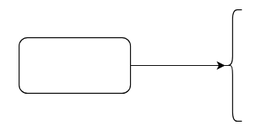
Before: _posts/engineering/工程化概述.svg, a diagram exported from draw.io (thought7878/thought7878.github.io). Source tidied: cells renumbered, new cells last; positions are measured from the earlier drawing's top-left corner, leaving out a move shared by most shapes.
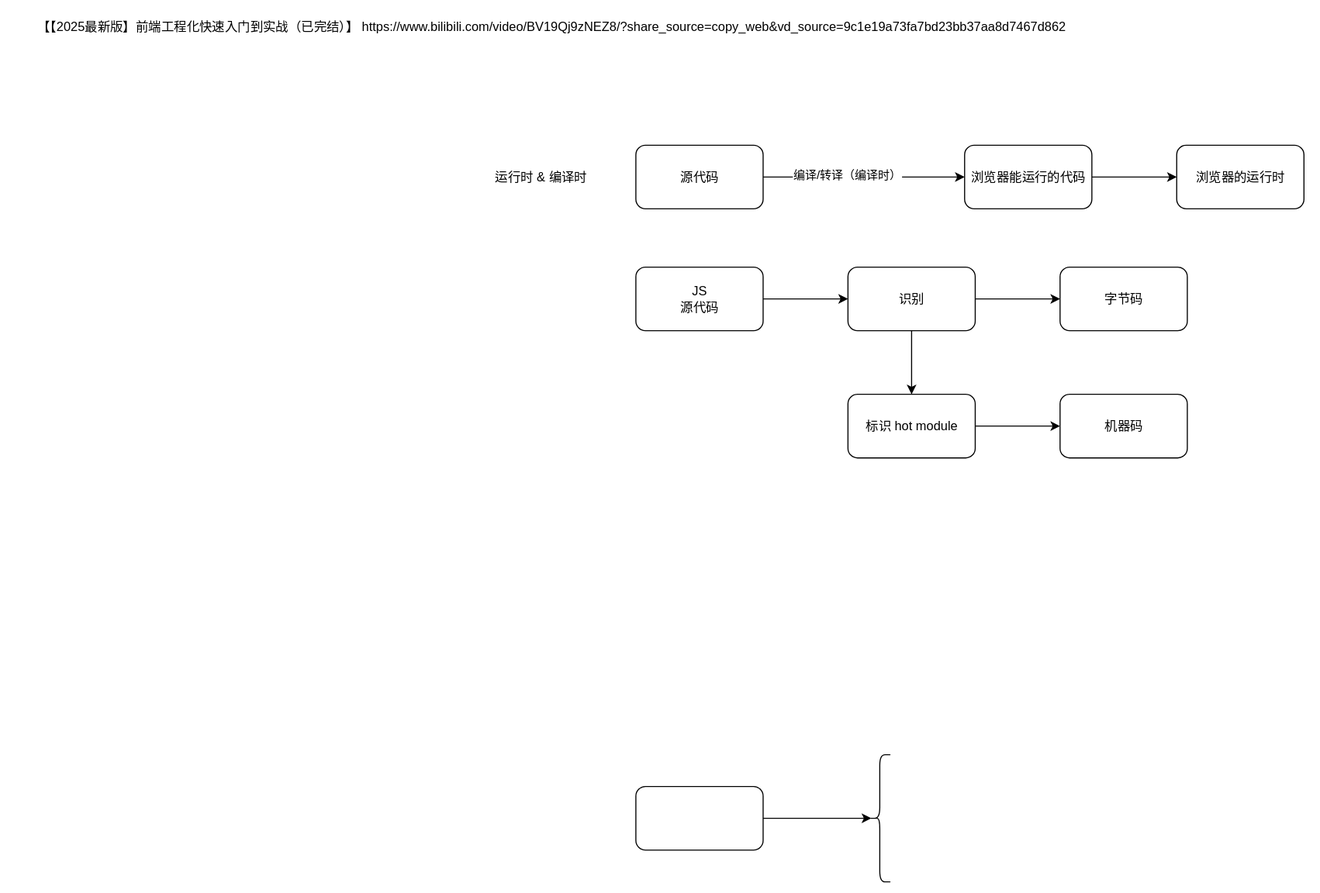
After the commit.

The edit, as a diff of the source:
```diff
@@ -11,5 +11,56 @@
     <mxCell id="4" style="edgeStyle=none;html=1;entryX=0.1;entryY=0.5;entryDx=0;entryDy=0;entryPerimeter=0;" parent="1" edge="1" source="2" target="3">
       <mxGeometry relative="1" as="geometry" />
     </mxCell>
+    <mxCell id="5" value="运行时 &amp;amp; 编译时" style="text;html=1;align=center;verticalAlign=middle;strokeColor=none;fillColor=none;" parent="1" vertex="1">
+      <mxGeometry x="-145" y="-560" width="110" height="30" as="geometry" />
+    </mxCell>
+    <mxCell id="6" style="edgeStyle=none;html=1;" parent="1" edge="1" source="8" target="10">
+      <mxGeometry relative="1" as="geometry" />
+    </mxCell>
+    <mxCell id="7" value="编译/转译（编译时）" style="edgeLabel;html=1;align=center;verticalAlign=middle;" parent="6" vertex="1">
+      <mxGeometry x="-0.18" y="2" relative="1" as="geometry" />
+    </mxCell>
+    <mxCell id="8" value="源代码" style="rounded=1;whiteSpace=wrap;html=1;" parent="1" vertex="1">
+      <mxGeometry y="-575" width="120" height="60" as="geometry" />
+    </mxCell>
+    <mxCell id="9" style="edgeStyle=none;html=1;" parent="1" edge="1" source="10" target="11">
+      <mxGeometry relative="1" as="geometry" />
+    </mxCell>
+    <mxCell id="10" value="浏览器能运行的代码" style="rounded=1;whiteSpace=wrap;html=1;" parent="1" vertex="1">
+      <mxGeometry x="310" y="-575" width="120" height="60" as="geometry" />
+    </mxCell>
+    <mxCell id="11" value="浏览器的运行时" style="rounded=1;whiteSpace=wrap;html=1;" parent="1" vertex="1">
+      <mxGeometry x="510" y="-575" width="120" height="60" as="geometry" />
+    </mxCell>
+    <mxCell id="12" value="【【2025最新版】前端工程化快速入门到实战（已完结）】 https://www.bilibili.com/video/BV19Qj9zNEZ8/?share_source=copy_web&amp;amp;vd_source=9c1e19a73fa7bd23bb37aa8d7467d862" style="text;html=1;align=center;verticalAlign=middle;strokeColor=none;fillColor=none;" parent="1" vertex="1">
+      <mxGeometry x="-585" y="-702" width="1010" height="30" as="geometry" />
+    </mxCell>
+    <mxCell id="13" style="edgeStyle=none;html=1;" parent="1" edge="1" source="14" target="17">
+      <mxGeometry relative="1" as="geometry" />
+    </mxCell>
+    <mxCell id="14" value="JS&lt;br&gt;源代码" style="rounded=1;whiteSpace=wrap;html=1;" parent="1" vertex="1">
+      <mxGeometry y="-460" width="120" height="60" as="geometry" />
+    </mxCell>
+    <mxCell id="15" style="edgeStyle=none;html=1;" parent="1" edge="1" source="17" target="18">
+      <mxGeometry relative="1" as="geometry" />
+    </mxCell>
+    <mxCell id="16" style="edgeStyle=none;html=1;" parent="1" edge="1" source="17" target="20">
+      <mxGeometry relative="1" as="geometry" />
+    </mxCell>
+    <mxCell id="17" value="识别" style="rounded=1;whiteSpace=wrap;html=1;" parent="1" vertex="1">
+      <mxGeometry x="200" y="-460" width="120" height="60" as="geometry" />
+    </mxCell>
+    <mxCell id="18" value="字节码" style="whiteSpace=wrap;html=1;rounded=1;" parent="1" vertex="1">
+      <mxGeometry x="400" y="-460" width="120" height="60" as="geometry" />
+    </mxCell>
+    <mxCell id="19" style="edgeStyle=none;html=1;" parent="1" edge="1" source="20" target="21">
+      <mxGeometry relative="1" as="geometry" />
+    </mxCell>
+    <mxCell id="20" value="标识 hot module" style="rounded=1;whiteSpace=wrap;html=1;" parent="1" vertex="1">
+      <mxGeometry x="200" y="-340" width="120" height="60" as="geometry" />
+    </mxCell>
+    <mxCell id="21" value="机器码" style="rounded=1;whiteSpace=wrap;html=1;" parent="1" vertex="1">
+      <mxGeometry x="400" y="-340" width="120" height="60" as="geometry" />
+    </mxCell>
   </root>
 </mxGraphModel>
```
